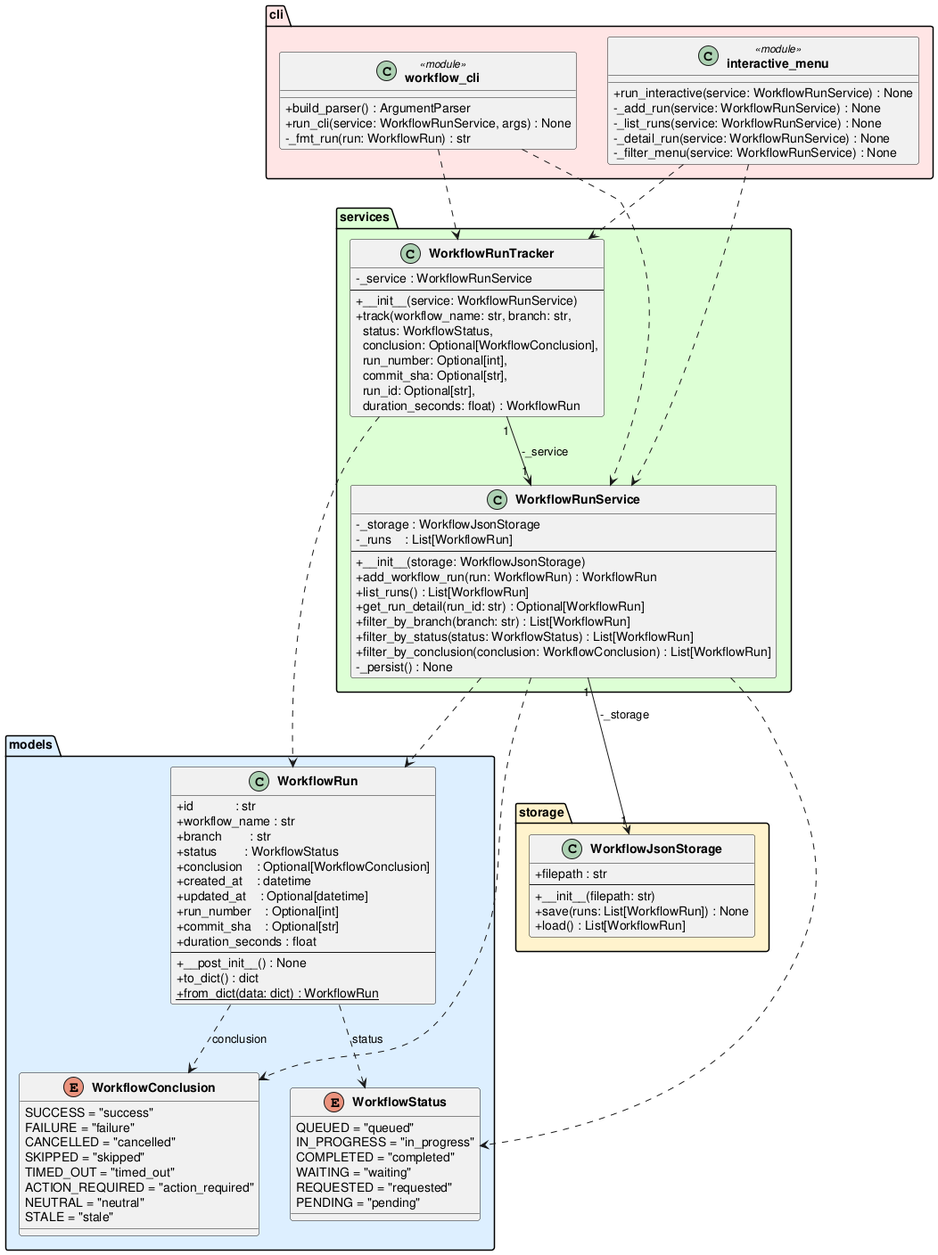
The PlantUML diagram experiments/supervisor_as_tools/structured_text/github-workflow-manager/artifacts/class_diagram.png in DanielRiha8906/Software_autoevolution_using_agents, before a commit. Its source is kept beside it as experiments/supervisor_as_tools/structured_text/github-workflow-manager/artifacts/class_diagram.puml. Its diagram source:
```plantuml
@startuml class_diagram

skinparam classAttributeIconSize 0
skinparam classFontStyle bold

package "models" #DDEEFF {
    enum WorkflowStatus {
        QUEUED = "queued"
        IN_PROGRESS = "in_progress"
        COMPLETED = "completed"
        WAITING = "waiting"
        REQUESTED = "requested"
        PENDING = "pending"
    }

    enum WorkflowConclusion {
        SUCCESS = "success"
        FAILURE = "failure"
        CANCELLED = "cancelled"
        SKIPPED = "skipped"
        TIMED_OUT = "timed_out"
        ACTION_REQUIRED = "action_required"
        NEUTRAL = "neutral"
        STALE = "stale"
    }

    class WorkflowRun {
        +id            : str
        +workflow_name : str
        +branch        : str
        +status        : WorkflowStatus
        +conclusion    : Optional[WorkflowConclusion]
        +created_at    : datetime
        +updated_at    : Optional[datetime]
        +run_number    : Optional[int]
        +commit_sha    : Optional[str]
        +duration_seconds : float
        --
        +__post_init__() : None
        +to_dict() : dict
        +{static} from_dict(data: dict) : WorkflowRun
    }
}

package "storage" #FFF3CC {
    class WorkflowJsonStorage {
        +filepath : str
        --
        +__init__(filepath: str)
        +save(runs: List[WorkflowRun]) : None
        +load() : List[WorkflowRun]
    }
}

package "services" #DDFFD4 {
    class WorkflowRunService {
        -_storage : WorkflowJsonStorage
        -_runs    : List[WorkflowRun]
        --
        +__init__(storage: WorkflowJsonStorage)
        +add_workflow_run(run: WorkflowRun) : WorkflowRun
        +list_runs() : List[WorkflowRun]
        +get_run_detail(run_id: str) : Optional[WorkflowRun]
        +filter_by_branch(branch: str) : List[WorkflowRun]
        +filter_by_status(status: WorkflowStatus) : List[WorkflowRun]
        +filter_by_conclusion(conclusion: WorkflowConclusion) : List[WorkflowRun]
        -_persist() : None
    }

    class WorkflowRunTracker {
        -_service : WorkflowRunService
        --
        +__init__(service: WorkflowRunService)
        +track(workflow_name: str, branch: str,\n  status: WorkflowStatus,\n  conclusion: Optional[WorkflowConclusion],\n  run_number: Optional[int],\n  commit_sha: Optional[str],\n  run_id: Optional[str],\n  duration_seconds: float) : WorkflowRun
    }
}

package "cli" #FFE5E5 {
    class "workflow_cli" <<module>> {
        +build_parser() : ArgumentParser
        +run_cli(service: WorkflowRunService, args) : None
        -_fmt_run(run: WorkflowRun) : str
    }

    class "interactive_menu" <<module>> {
        +run_interactive(service: WorkflowRunService) : None
        -_add_run(service: WorkflowRunService) : None
        -_list_runs(service: WorkflowRunService) : None
        -_detail_run(service: WorkflowRunService) : None
        -_filter_menu(service: WorkflowRunService) : None
    }
}

WorkflowRun                ..>  WorkflowStatus        : status
WorkflowRun                ..>  WorkflowConclusion    : conclusion
WorkflowRunService    "1" --> "1" WorkflowJsonStorage : -_storage
WorkflowRunService         ..>  WorkflowRun
WorkflowRunService         ..>  WorkflowStatus
WorkflowRunService         ..>  WorkflowConclusion
WorkflowRunTracker    "1" --> "1" WorkflowRunService  : -_service
WorkflowRunTracker         ..>  WorkflowRun
"workflow_cli"             ..>  WorkflowRunService
"workflow_cli"             ..>  WorkflowRunTracker
"interactive_menu"         ..>  WorkflowRunService
"interactive_menu"         ..>  WorkflowRunTracker

@enduml
```
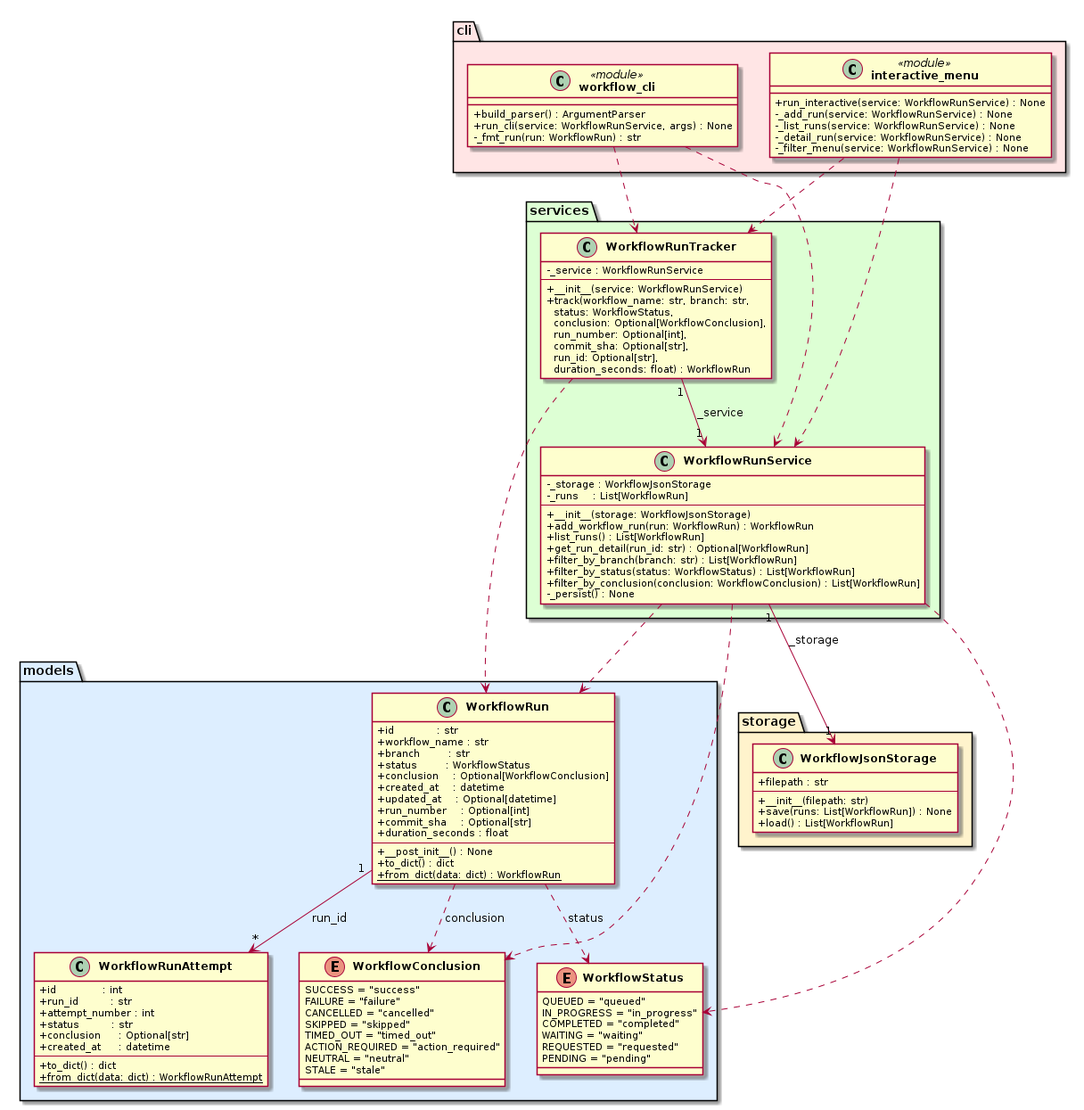
After the change.

Commit message:
task 03: Create WorkflowRunAttempt class with serialization support

What changed in the source:
```diff
@@ -39,6 +39,18 @@
         +__post_init__() : None
         +to_dict() : dict
         +{static} from_dict(data: dict) : WorkflowRun
+    }
+
+    class WorkflowRunAttempt {
+        +id             : int
+        +run_id         : str
+        +attempt_number : int
+        +status         : str
+        +conclusion     : Optional[str]
+        +created_at     : datetime
+        --
+        +to_dict() : dict
+        +{static} from_dict(data: dict) : WorkflowRunAttempt
     }
 }
 
@@ -93,6 +105,7 @@
 
 WorkflowRun                ..>  WorkflowStatus        : status
 WorkflowRun                ..>  WorkflowConclusion    : conclusion
+WorkflowRun            "1" --> "*" WorkflowRunAttempt  : run_id
 WorkflowRunService    "1" --> "1" WorkflowJsonStorage : -_storage
 WorkflowRunService         ..>  WorkflowRun
 WorkflowRunService         ..>  WorkflowStatus
```
